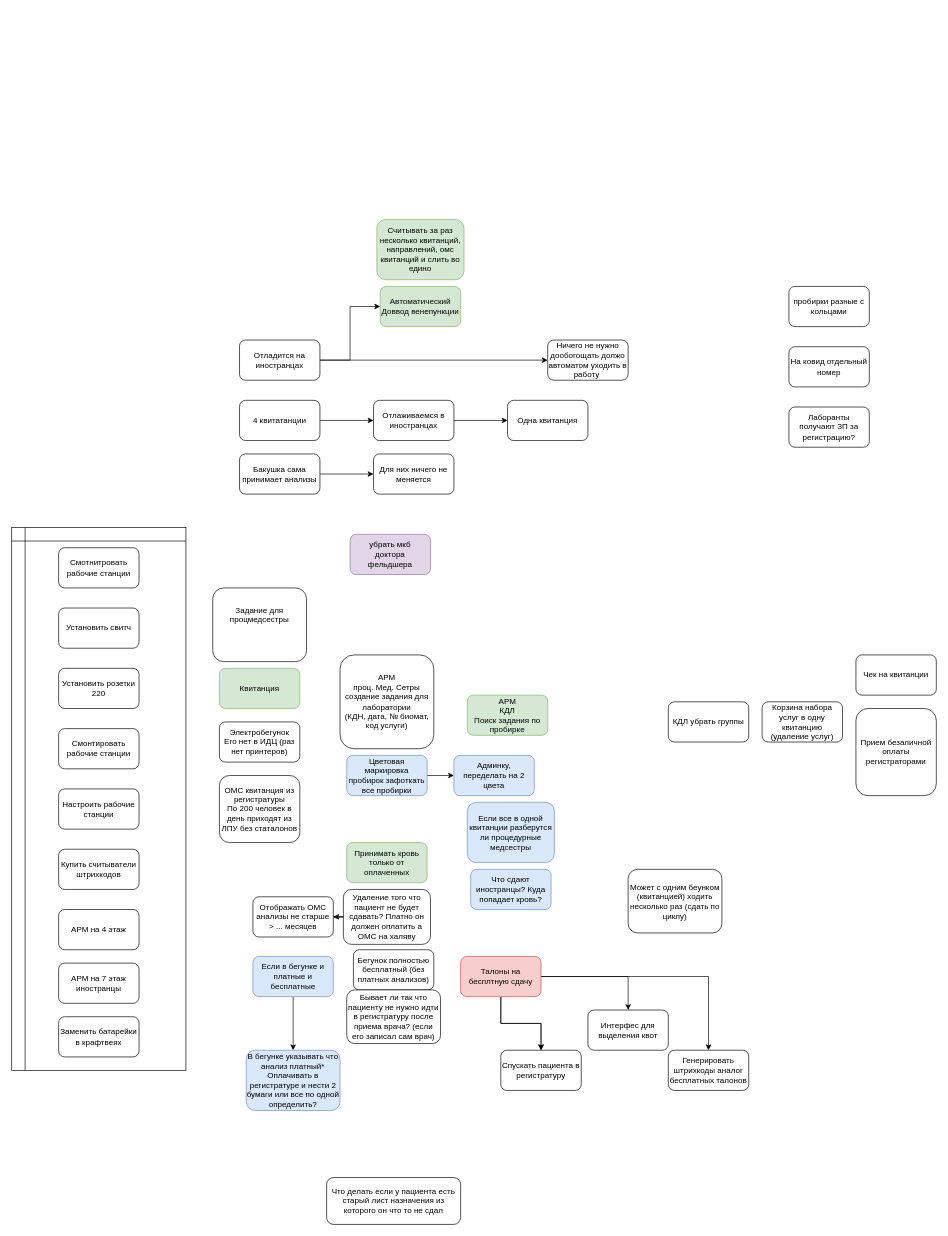
MikeBelov/MikeBov keeps this draw.io diagram as Untitled Diagram.drawio. Above is the earlier version. Source tidied: cells renumbered, new cells numbered last; positions are measured from the earlier drawing's top-left corner, leaving out a move shared by most shapes. Both pictures are drawn from the tidied source at 67%, with x=0, y=0 at pixel (11, 219).
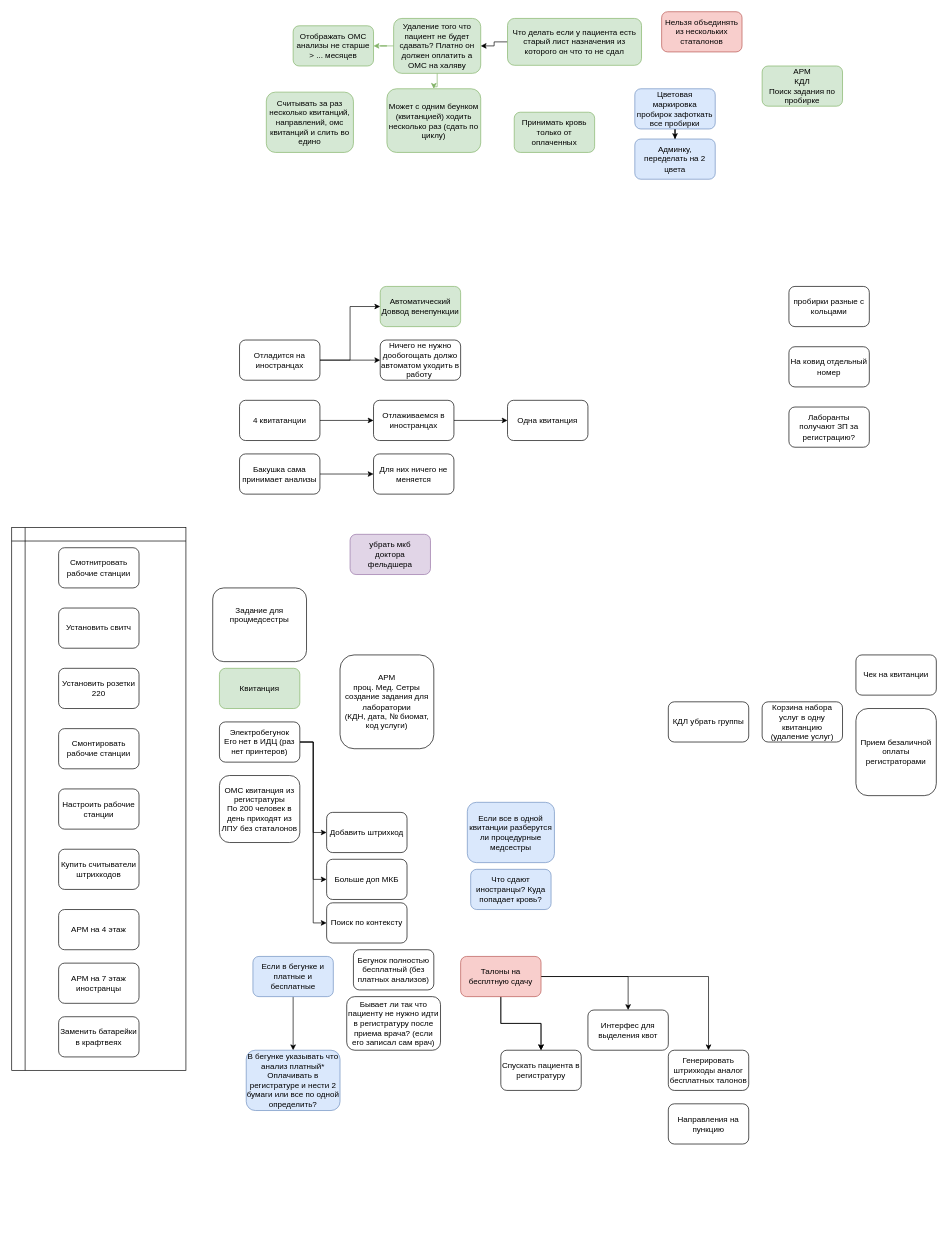
After the change.

Unchanged cells that the change refers to:
```xml
<mxCell id="18" value="&lt;span&gt;Электробегунок&lt;br&gt;Его нет в ИДЦ (раз нет принтеров)&lt;br&gt;&lt;/span&gt;" style="rounded=1;whiteSpace=wrap;html=1;" parent="1" vertex="1">
  <mxGeometry x="310" y="750" width="120" height="60" as="geometry" />
</mxCell>
```

Diff of the diagram source:
```diff
@@
     <mxCell id="6" value="Цветовая маркировка пробирок зафоткать все пробирки" style="rounded=1;whiteSpace=wrap;html=1;fillColor=#dae8fc;strokeColor=#6c8ebf;" parent="1" vertex="1">
-      <mxGeometry x="500" y="800" width="120" height="60" as="geometry" />
+      <mxGeometry x="930" y="-195" width="120" height="60" as="geometry" />
     </mxCell>
     <mxCell id="7" value="Админку, переделать на 2 цвета" style="rounded=1;whiteSpace=wrap;html=1;fillColor=#dae8fc;strokeColor=#6c8ebf;" parent="1" vertex="1">
-      <mxGeometry x="660" y="800" width="120" height="60" as="geometry" />
+      <mxGeometry x="930" y="-120" width="120" height="60" as="geometry" />
     </mxCell>
@@
+    <mxCell id="65" style="edgeStyle=orthogonalEdgeStyle;rounded=0;jettySize=auto;html=1;entryX=0;entryY=0.5;entryDx=0;entryDy=0;" parent="1" edge="1" source="18" target="72">
+      <mxGeometry relative="1" as="geometry" />
+    </mxCell>
+    <mxCell id="66" style="edgeStyle=orthogonalEdgeStyle;rounded=0;jettySize=auto;html=1;entryX=0;entryY=0.5;entryDx=0;entryDy=0;" parent="1" edge="1" source="18" target="73">
+      <mxGeometry relative="1" as="geometry" />
+    </mxCell>
+    <mxCell id="67" style="edgeStyle=orthogonalEdgeStyle;rounded=0;jettySize=auto;html=1;entryX=0;entryY=0.5;entryDx=0;entryDy=0;" parent="1" edge="1" source="18" target="74">
+      <mxGeometry relative="1" as="geometry" />
+    </mxCell>
@@
     <mxCell id="20" value="АРМ&lt;br&gt;КДЛ&lt;br&gt;Поиск задания по пробирке" style="rounded=1;whiteSpace=wrap;html=1;fillColor=#d5e8d4;strokeColor=#82b366;" parent="1" vertex="1">
-      <mxGeometry x="680" y="710" width="120" height="60" as="geometry" />
+      <mxGeometry x="1120" y="-229" width="120" height="60" as="geometry" />
     </mxCell>
     <mxCell id="21" value="Ничего не нужно дообогощать должо автоматом уходить в работу&amp;nbsp;" style="rounded=1;whiteSpace=wrap;html=1;" parent="1" vertex="1">
-      <mxGeometry x="800" y="180" width="120" height="60" as="geometry" />
+      <mxGeometry x="550" y="180" width="120" height="60" as="geometry" />
     </mxCell>
@@
     <mxCell id="26" value="Считывать за раз несколько квитанций, направлений, омс квитанций и слить во едино" style="rounded=1;whiteSpace=wrap;html=1;fillColor=#d5e8d4;strokeColor=#82b366;" parent="1" vertex="1">
-      <mxGeometry x="545" width="130" height="90" as="geometry" />
+      <mxGeometry x="380" y="-190" width="130" height="90" as="geometry" />
     </mxCell>
@@
+    <mxCell id="68" style="edgeStyle=orthogonalEdgeStyle;rounded=0;jettySize=auto;html=1;" parent="1" edge="1" source="50" target="59">
+      <mxGeometry relative="1" as="geometry" />
+    </mxCell>
-    <mxCell id="50" value="Что делать если у пациента есть старый лист назначения из которого он что то не сдал" style="rounded=1;whiteSpace=wrap;html=1;" parent="1" vertex="1">
-      <mxGeometry x="470" y="1430" width="200" height="70" as="geometry" />
+    <mxCell id="50" value="Что делать если у пациента есть старый лист назначения из которого он что то не сдал" style="rounded=1;whiteSpace=wrap;html=1;fillColor=#d5e8d4;strokeColor=#82b366;" parent="1" vertex="1">
+      <mxGeometry x="740" y="-300" width="200" height="70" as="geometry" />
     </mxCell>
@@
     <mxCell id="52" value="Бывает ли так что пациенту не нужно идти в регистратуру после приема врача? (если его записал сам врач)" style="rounded=1;whiteSpace=wrap;html=1;" parent="1" vertex="1">
-      <mxGeometry x="500" y="1150" width="140" height="80" as="geometry" />
+      <mxGeometry x="500" y="1160" width="140" height="80" as="geometry" />
     </mxCell>
@@
-    <mxCell id="57" value="Может с одним беунком (квитанцией) ходить несколько раз (сдать по циклу)" style="rounded=1;whiteSpace=wrap;html=1;" parent="1" vertex="1">
-      <mxGeometry x="920" y="970" width="140" height="95" as="geometry" />
+    <mxCell id="57" value="Может с одним беунком (квитанцией) ходить несколько раз (сдать по циклу)" style="rounded=1;whiteSpace=wrap;html=1;fillColor=#d5e8d4;strokeColor=#82b366;" parent="1" vertex="1">
+      <mxGeometry x="560" y="-195" width="140" height="95" as="geometry" />
     </mxCell>
-    <mxCell id="58" style="edgeStyle=orthogonalEdgeStyle;rounded=0;jettySize=auto;html=1;" parent="1" edge="1" source="59" target="64">
+    <mxCell id="58" style="edgeStyle=orthogonalEdgeStyle;rounded=0;jettySize=auto;html=1;fillColor=#d5e8d4;strokeColor=#82b366;" parent="1" edge="1" source="59" target="64">
       <mxGeometry relative="1" as="geometry" />
     </mxCell>
+    <mxCell id="69" style="edgeStyle=orthogonalEdgeStyle;rounded=0;jettySize=auto;html=1;fillColor=#d5e8d4;strokeColor=#82b366;" parent="1" edge="1" source="59" target="57">
+      <mxGeometry relative="1" as="geometry" />
+    </mxCell>
-    <mxCell id="59" value="Удаление того что пациент не будет сдавать? Платно он должен оплатить а ОМС на халяву" style="rounded=1;whiteSpace=wrap;html=1;" parent="1" vertex="1">
-      <mxGeometry x="495" y="1000" width="130" height="82" as="geometry" />
+    <mxCell id="59" value="Удаление того что пациент не будет сдавать? Платно он должен оплатить а ОМС на халяву" style="rounded=1;whiteSpace=wrap;html=1;fillColor=#d5e8d4;strokeColor=#82b366;" parent="1" vertex="1">
+      <mxGeometry x="570" y="-300" width="130" height="82" as="geometry" />
     </mxCell>
     <mxCell id="60" value="Принимать кровь только от оплаченных" style="rounded=1;whiteSpace=wrap;html=1;fillColor=#d5e8d4;strokeColor=#82b366;" parent="1" vertex="1">
-      <mxGeometry x="500" y="930" width="120" height="60" as="geometry" />
+      <mxGeometry x="750" y="-160" width="120" height="60" as="geometry" />
     </mxCell>
@@
-    <mxCell id="64" value="Отображать ОМС анализы не старше &amp;gt; ... месяцев" style="rounded=1;whiteSpace=wrap;html=1;" parent="1" vertex="1">
-      <mxGeometry x="360" y="1011" width="120" height="60" as="geometry" />
+    <mxCell id="64" value="Отображать ОМС анализы не старше &amp;gt; ... месяцев" style="rounded=1;whiteSpace=wrap;html=1;fillColor=#d5e8d4;strokeColor=#82b366;" parent="1" vertex="1">
+      <mxGeometry x="420" y="-289" width="120" height="60" as="geometry" />
     </mxCell>
+    <mxCell id="70" value="Направления на пункцию" style="rounded=1;whiteSpace=wrap;html=1;" parent="1" vertex="1">
+      <mxGeometry x="980" y="1320" width="120" height="60" as="geometry" />
+    </mxCell>
+    <mxCell id="71" value="Нельзя объединять из нескольких статалонов" style="rounded=1;whiteSpace=wrap;html=1;fillColor=#f8cecc;strokeColor=#b85450;" parent="1" vertex="1">
+      <mxGeometry x="970" y="-310" width="120" height="60" as="geometry" />
+    </mxCell>
+    <mxCell id="72" value="Добавить штрихкод" style="rounded=1;whiteSpace=wrap;html=1;" parent="1" vertex="1">
+      <mxGeometry x="470" y="885" width="120" height="60" as="geometry" />
+    </mxCell>
+    <mxCell id="73" value="Больше доп МКБ" style="rounded=1;whiteSpace=wrap;html=1;" parent="1" vertex="1">
+      <mxGeometry x="470" y="955" width="120" height="60" as="geometry" />
+    </mxCell>
+    <mxCell id="74" value="Поиск по контексту" style="rounded=1;whiteSpace=wrap;html=1;" parent="1" vertex="1">
+      <mxGeometry x="470" y="1020" width="120" height="60" as="geometry" />
+    </mxCell>
```
